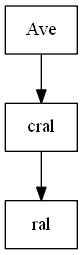
Earlier version of the Graphviz export report/inorder.png (jhonnagar/EDD_2S2019_PY1_201709164). Its source is kept beside it as report/inorder.dot. Its diagram source:
```dot
digraph R {
node[shape = record];
;}
```
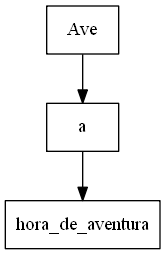
The same diagram one commit later.

Change to the diagram source:
```diff
@@ -1,3 +1,5 @@
 digraph R {
 node[shape = record];
+a->hora_de_aventura
+Ave->a
 ;}
```
